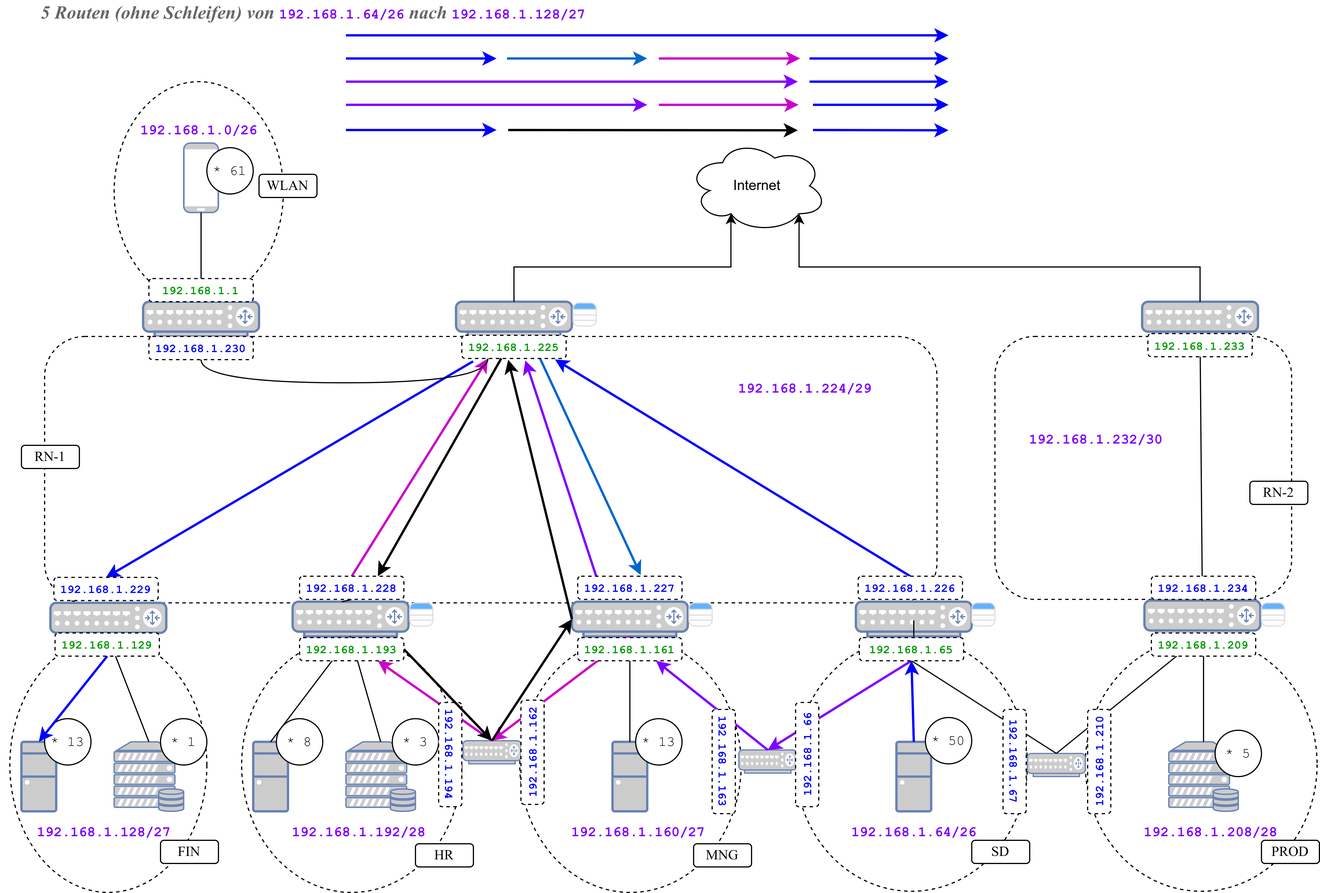
Before: sources/lf.09/img.lf/ipv4-segmentation-task-routes.png, a diagram exported from draw.io (protirone/protico.ltx). Source tidied: cells renumbered, new cells last; positions are measured from the earlier drawing's top-left corner, leaving out a move shared by most shapes.
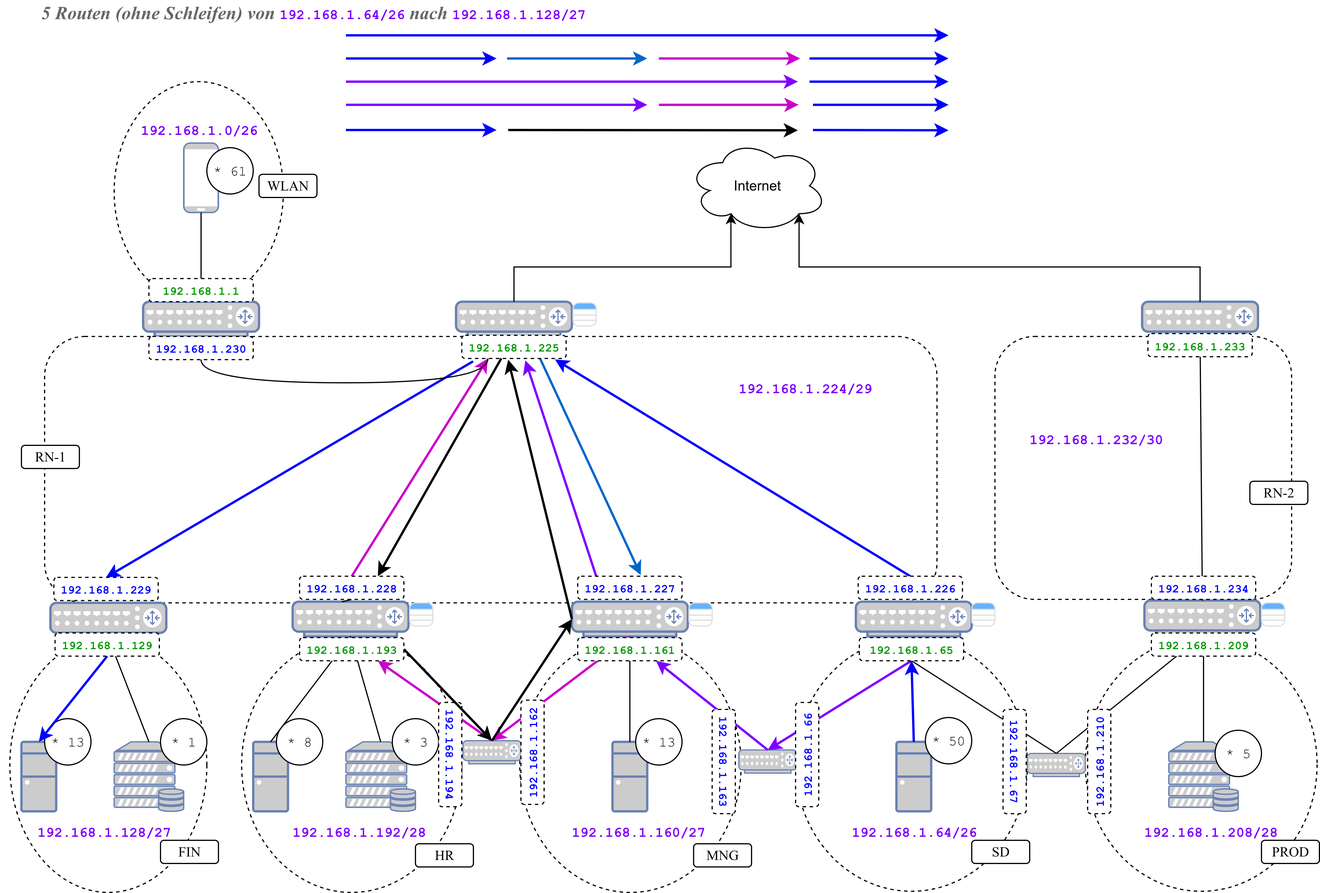
Above is the later version.

Change to the diagram source:
```diff
@@ -152,11 +152,6 @@
     <mxCell id="51" style="endArrow=classic;html=1;rounded=0;exitX=0.5;exitY=0;exitDx=0;exitDy=0;exitPerimeter=0;strokeColor=#0000FF;strokeWidth=2;entryX=0.5;entryY=1;entryDx=0;entryDy=0;endFill=1;" parent="1" edge="1" source="24" target="124">
       <mxGeometry relative="1" as="geometry" />
     </mxCell>
-    <mxCell id="52" style="endArrow=none;html=1;rounded=0;entryX=0.5;entryY=1;entryDx=0;entryDy=0;entryPerimeter=0;exitX=0.5;exitY=0;exitDx=0;exitDy=0;exitPerimeter=0;" parent="1" edge="1" target="23">
-      <mxGeometry relative="1" as="geometry">
-        <mxPoint x="788" y="535.1" as="sourcePoint" />
-      </mxGeometry>
-    </mxCell>
     <mxCell id="53" style="fontColor=#0066CC;verticalAlign=top;verticalLabelPosition=bottom;labelPosition=center;align=center;html=1;outlineConnect=0;fillColor=#CCCCCC;strokeColor=#6881B3;gradientColor=none;gradientDirection=north;strokeWidth=2;shape=mxgraph.networks.router;" parent="1" vertex="1">
       <mxGeometry x="123" y="260" width="100" height="30" as="geometry" />
     </mxCell>
```
